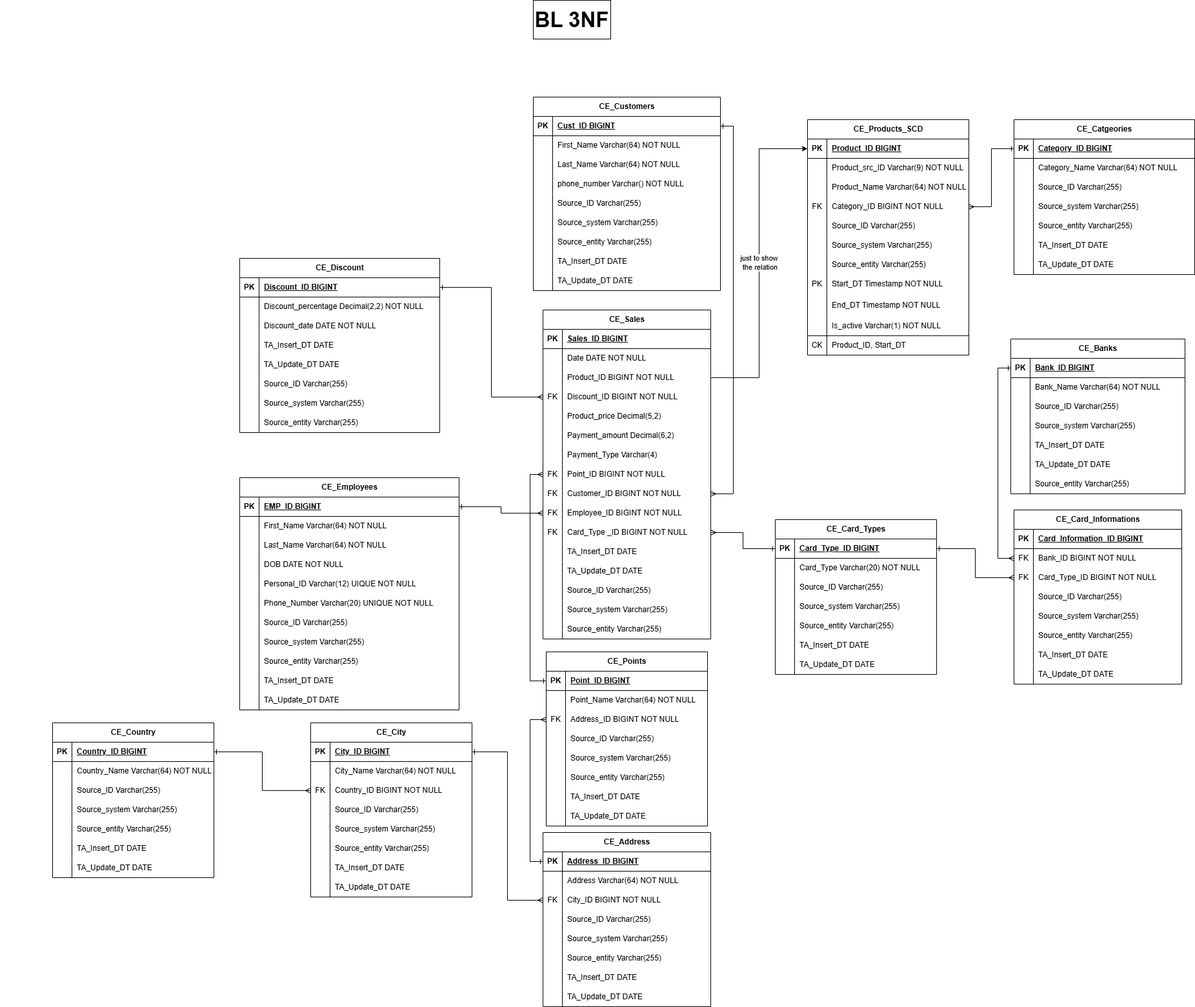
Earlier version of the draw.io export Task3/BL_3NF.png (DIas-code/Dias_Yermekov_SP25). Source tidied: cells renumbered, new cells last; positions are measured from the earlier drawing's top-left corner, leaving out a move shared by most shapes.
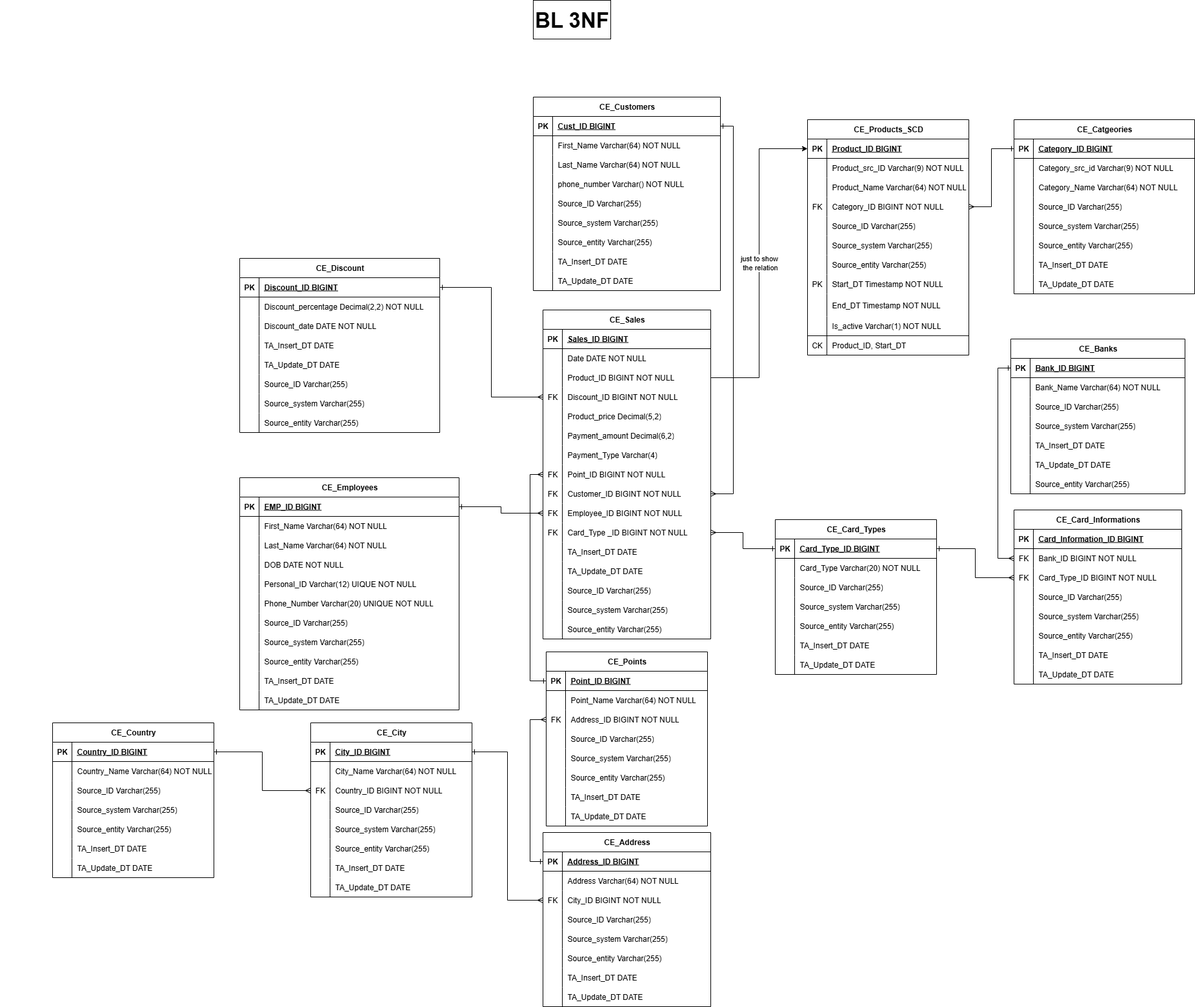
The same diagram one commit later.

The edit, as a diff of the source:
```diff
@@ -414,7 +414,7 @@
       <mxGeometry x="30" width="230" height="30" as="geometry" />
     </mxCell>
     <mxCell id="139" value="CE_Catgeories" style="shape=table;startSize=30;rowLines=0;fontStyle=1;align=center;html=1;" parent="1" vertex="1">
-      <mxGeometry x="1571" y="185" width="280" height="240" as="geometry" />
+      <mxGeometry x="1571" y="185" width="280" height="270" as="geometry" />
     </mxCell>
     <mxCell id="140" style="shape=tableRow;horizontal=0;startSize=0;swimlaneHead=0;swimlaneBody=0;fillColor=none;points=[[0,0.5],[1,0.5]];portConstraint=eastwest;top=0;left=0;right=0;bottom=1;" parent="139" vertex="1">
       <mxGeometry y="30" width="280" height="30" as="geometry" />
@@ -425,8 +425,17 @@
     <mxCell id="142" value="Category_ID BIGINT" style="shape=partialRectangle;fillColor=none;top=0;left=0;bottom=0;right=0;align=left;spacingLeft=6;fontStyle=5;overflow=hidden;whiteSpace=wrap;html=1;" parent="140" vertex="1">
       <mxGeometry x="30" width="250" height="30" as="geometry" />
     </mxCell>
+    <mxCell id="376" style="shape=tableRow;horizontal=0;startSize=0;swimlaneHead=0;swimlaneBody=0;fillColor=none;top=0;left=0;right=0;bottom=0;" parent="139" vertex="1">
+      <mxGeometry y="60" width="280" height="30" as="geometry" />
+    </mxCell>
+    <mxCell id="377" style="shape=partialRectangle;fillColor=none;top=0;left=0;bottom=0;right=0;overflow=hidden;whiteSpace=wrap;html=1;" parent="376" vertex="1">
+      <mxGeometry width="30" height="30" as="geometry" />
+    </mxCell>
+    <mxCell id="378" value="Category_src_id Varchar(9) NOT NULL" style="shape=partialRectangle;fillColor=none;top=0;left=0;bottom=0;right=0;align=left;spacingLeft=6;overflow=hidden;whiteSpace=wrap;html=1;" parent="376" vertex="1">
+      <mxGeometry x="30" width="250" height="30" as="geometry" />
+    </mxCell>
     <mxCell id="143" style="shape=tableRow;horizontal=0;startSize=0;swimlaneHead=0;swimlaneBody=0;fillColor=none;top=0;left=0;right=0;bottom=0;" parent="139" vertex="1">
-      <mxGeometry y="60" width="280" height="30" as="geometry" />
+      <mxGeometry y="90" width="280" height="30" as="geometry" />
     </mxCell>
     <mxCell id="144" style="shape=partialRectangle;fillColor=none;top=0;left=0;bottom=0;right=0;overflow=hidden;whiteSpace=wrap;html=1;" parent="143" vertex="1">
       <mxGeometry width="30" height="30" as="geometry" />
@@ -435,7 +444,7 @@
       <mxGeometry x="30" width="250" height="30" as="geometry" />
     </mxCell>
     <mxCell id="146" style="shape=tableRow;horizontal=0;startSize=0;swimlaneHead=0;swimlaneBody=0;fillColor=none;top=0;left=0;right=0;bottom=0;" parent="139" vertex="1">
-      <mxGeometry y="90" width="280" height="30" as="geometry" />
+      <mxGeometry y="120" width="280" height="30" as="geometry" />
     </mxCell>
     <mxCell id="147" style="shape=partialRectangle;fillColor=none;top=0;left=0;bottom=0;right=0;overflow=hidden;whiteSpace=wrap;html=1;" parent="146" vertex="1">
       <mxGeometry width="30" height="30" as="geometry" />
@@ -444,7 +453,7 @@
       <mxGeometry x="30" width="250" height="30" as="geometry" />
     </mxCell>
     <mxCell id="149" style="shape=tableRow;horizontal=0;startSize=0;swimlaneHead=0;swimlaneBody=0;fillColor=none;top=0;left=0;right=0;bottom=0;" parent="139" vertex="1">
-      <mxGeometry y="120" width="280" height="30" as="geometry" />
+      <mxGeometry y="150" width="280" height="30" as="geometry" />
     </mxCell>
     <mxCell id="150" style="shape=partialRectangle;fillColor=none;top=0;left=0;bottom=0;right=0;overflow=hidden;whiteSpace=wrap;html=1;" parent="149" vertex="1">
       <mxGeometry width="30" height="30" as="geometry" />
@@ -453,7 +462,7 @@
       <mxGeometry x="30" width="250" height="30" as="geometry" />
     </mxCell>
     <mxCell id="152" style="shape=tableRow;horizontal=0;startSize=0;swimlaneHead=0;swimlaneBody=0;fillColor=none;top=0;left=0;right=0;bottom=0;" parent="139" vertex="1">
-      <mxGeometry y="150" width="280" height="30" as="geometry" />
+      <mxGeometry y="180" width="280" height="30" as="geometry" />
     </mxCell>
     <mxCell id="153" style="shape=partialRectangle;fillColor=none;top=0;left=0;bottom=0;right=0;overflow=hidden;whiteSpace=wrap;html=1;" parent="152" vertex="1">
       <mxGeometry width="30" height="30" as="geometry" />
@@ -462,7 +471,7 @@
       <mxGeometry x="30" width="250" height="30" as="geometry" />
     </mxCell>
     <mxCell id="155" style="shape=tableRow;horizontal=0;startSize=0;swimlaneHead=0;swimlaneBody=0;fillColor=none;top=0;left=0;right=0;bottom=0;" parent="139" vertex="1">
-      <mxGeometry y="180" width="280" height="30" as="geometry" />
+      <mxGeometry y="210" width="280" height="30" as="geometry" />
     </mxCell>
     <mxCell id="156" style="shape=partialRectangle;fillColor=none;top=0;left=0;bottom=0;right=0;overflow=hidden;whiteSpace=wrap;html=1;" parent="155" vertex="1">
       <mxGeometry width="30" height="30" as="geometry" />
@@ -471,7 +480,7 @@
       <mxGeometry x="30" width="250" height="30" as="geometry" />
     </mxCell>
     <mxCell id="158" style="shape=tableRow;horizontal=0;startSize=0;swimlaneHead=0;swimlaneBody=0;fillColor=none;top=0;left=0;right=0;bottom=0;" parent="139" vertex="1">
-      <mxGeometry y="210" width="280" height="30" as="geometry" />
+      <mxGeometry y="240" width="280" height="30" as="geometry" />
     </mxCell>
     <mxCell id="159" style="shape=partialRectangle;fillColor=none;top=0;left=0;bottom=0;right=0;overflow=hidden;whiteSpace=wrap;html=1;" parent="158" vertex="1">
       <mxGeometry width="30" height="30" as="geometry" />
```
